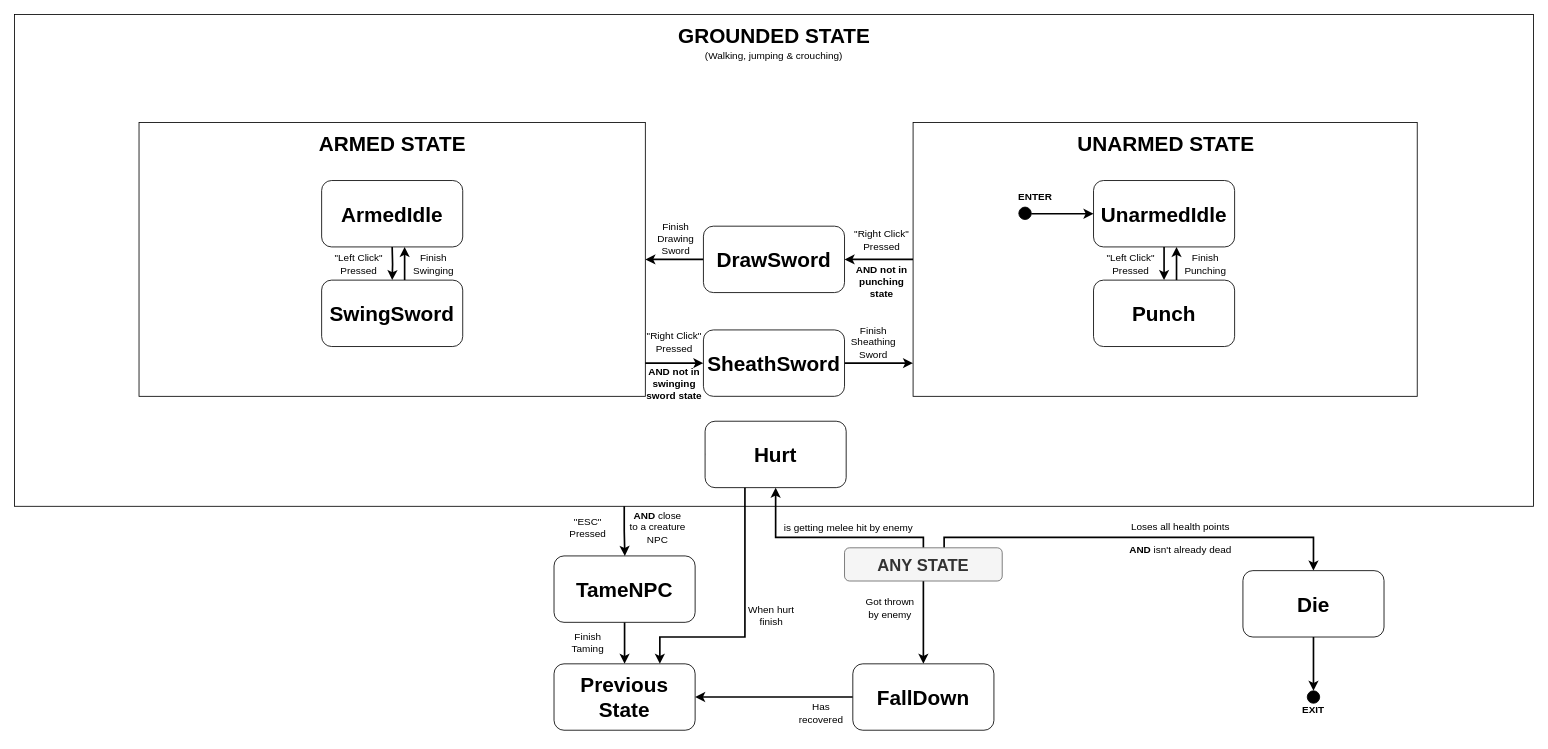
Earlier version of the draw.io diagram page "Page-2" (1 of 2) of player_fsm.drawio (Aster0/GMAI_Project). Source tidied: cells renumbered, new cells numbered last; positions are measured from the earlier drawing's top-left corner, leaving out a move shared by most shapes. Both pictures are drawn from the tidied source at 83%, with x=0, y=0 at pixel (14, 14).
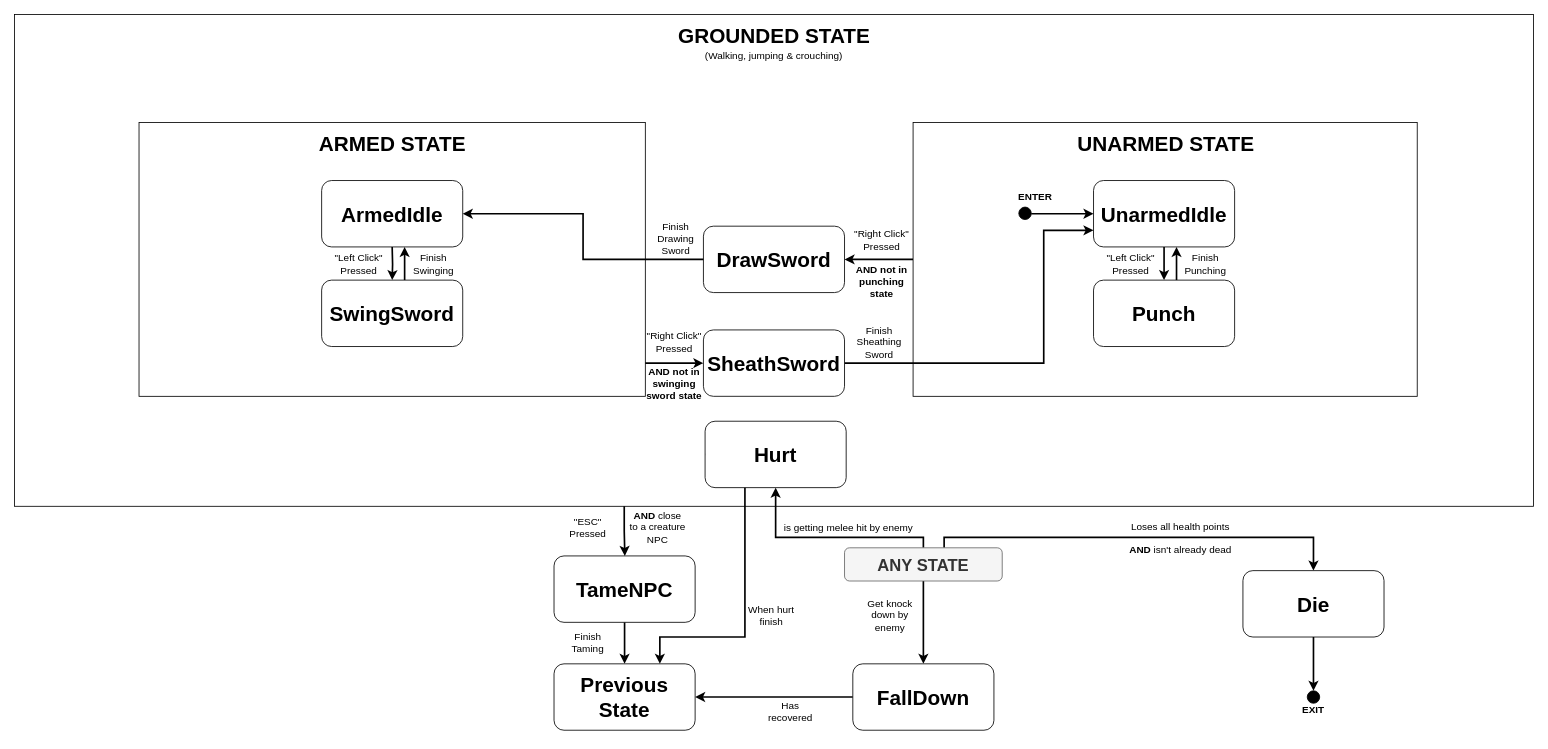
Above is the later version.

The change refers to these unchanged cells:
```xml
<mxCell id="10" style="rounded=0;whiteSpace=wrap;html=1;fontSize=11;" parent="1" vertex="1">
  <mxGeometry x="1082.6" y="130" width="607.4" height="330" as="geometry" />
</mxCell>
<mxCell id="13" value="&lt;font style=&quot;font-size: 25px;&quot;&gt;&lt;b&gt;DrawSword&lt;/b&gt;&lt;/font&gt;" style="rounded=1;whiteSpace=wrap;html=1;" parent="1" vertex="1">
  <mxGeometry x="830" y="255" width="170" height="80" as="geometry" />
</mxCell>
<mxCell id="15" value="&lt;font style=&quot;font-size: 25px;&quot;&gt;&lt;b&gt;UnarmedIdle&lt;/b&gt;&lt;/font&gt;" style="rounded=1;whiteSpace=wrap;html=1;" parent="1" vertex="1">
  <mxGeometry x="1300" y="200" width="170" height="80" as="geometry" />
</mxCell>
<mxCell id="25" value="&lt;font style=&quot;font-size: 25px;&quot;&gt;&lt;b&gt;SheathSword&lt;/b&gt;&lt;/font&gt;" style="rounded=1;whiteSpace=wrap;html=1;" parent="1" vertex="1">
  <mxGeometry x="830" y="380" width="170" height="80" as="geometry" />
</mxCell>
<mxCell id="32" value="&lt;font style=&quot;font-size: 25px;&quot;&gt;&lt;b&gt;ArmedIdle&lt;/b&gt;&lt;/font&gt;" style="rounded=1;whiteSpace=wrap;html=1;" parent="1" vertex="1">
  <mxGeometry x="370" y="200" width="170" height="80" as="geometry" />
</mxCell>
```

Diff of the diagram source:
```diff
@@
-    <mxCell id="12" style="edgeStyle=orthogonalEdgeStyle;rounded=0;jettySize=auto;html=1;entryX=1;entryY=0.5;entryDx=0;entryDy=0;fontSize=25;strokeWidth=2;" parent="1" edge="1" source="13">
-      <mxGeometry relative="1" as="geometry">
-        <mxPoint x="760" y="295" as="targetPoint" />
-      </mxGeometry>
-    </mxCell>
@@
-    <mxCell id="24" style="edgeStyle=orthogonalEdgeStyle;rounded=0;jettySize=auto;html=1;fontSize=25;strokeWidth=2;" parent="1" edge="1" source="25" target="10">
+    <mxCell id="24" style="edgeStyle=orthogonalEdgeStyle;rounded=0;jettySize=auto;html=1;fontSize=25;strokeWidth=2;entryX=0;entryY=0.75;entryDx=0;entryDy=0;" parent="1" edge="1" source="25" target="15">
       <mxGeometry relative="1" as="geometry">
         <Array as="points">
-          <mxPoint x="1060" y="420" />
-          <mxPoint x="1060" y="420" />
+          <mxPoint x="1240" y="420" />
+          <mxPoint x="1240" y="260" />
         </Array>
       </mxGeometry>
     </mxCell>
@@
     <mxCell id="28" value="Finish Sheathing Sword" style="text;html=1;strokeColor=none;fillColor=none;align=center;verticalAlign=middle;whiteSpace=wrap;rounded=0;fontSize=12;" parent="1" vertex="1">
-      <mxGeometry x="1000" y="370" width="70" height="50" as="geometry" />
+      <mxGeometry x="1007" y="370" width="70" height="50" as="geometry" />
     </mxCell>
@@
-    <mxCell id="47" value="Got thrown by enemy" style="text;html=1;strokeColor=none;fillColor=none;align=center;verticalAlign=middle;whiteSpace=wrap;rounded=0;fontSize=12;" parent="1" vertex="1">
-      <mxGeometry x="1020" y="690" width="70" height="50" as="geometry" />
+    <mxCell id="47" value="Get knock down by enemy" style="text;html=1;strokeColor=none;fillColor=none;align=center;verticalAlign=middle;whiteSpace=wrap;rounded=0;fontSize=12;" parent="1" vertex="1">
+      <mxGeometry x="1020" y="699" width="70" height="50" as="geometry" />
     </mxCell>
@@
     <mxCell id="51" value="Has recovered" style="text;html=1;strokeColor=none;fillColor=none;align=center;verticalAlign=middle;whiteSpace=wrap;rounded=0;fontSize=12;" parent="1" vertex="1">
-      <mxGeometry x="937" y="817" width="70" height="50" as="geometry" />
+      <mxGeometry x="900" y="814.8" width="70" height="50" as="geometry" />
     </mxCell>
@@
+    <mxCell id="12" style="edgeStyle=orthogonalEdgeStyle;rounded=0;jettySize=auto;html=1;fontSize=25;strokeWidth=2;entryX=1;entryY=0.5;entryDx=0;entryDy=0;" parent="1" edge="1" source="13" target="32">
+      <mxGeometry relative="1" as="geometry" />
+    </mxCell>
```
